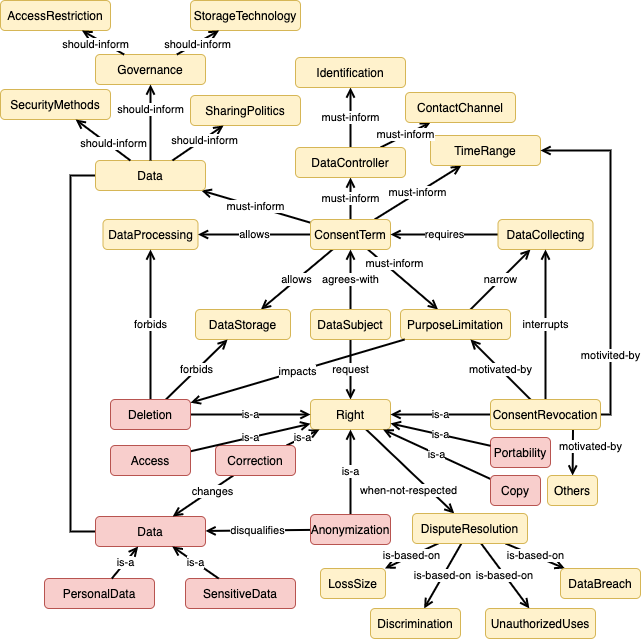
phalves/GoDReP keeps this draw.io diagram as img/DataAnonymizationImpact.png. Above is the earlier version. Source tidied: cells renumbered, new cells last; positions are measured from the earlier drawing's top-left corner, leaving out a move shared by most shapes. Its diagram source:
```xml
<mxGraphModel background="#ffffff">
  <root>
    <mxCell id="0" />
    <mxCell id="1" parent="0" />
    <mxCell id="2" value="DataProcessing" style="rounded=1;whiteSpace=wrap;html=1;fillColor=#fff2cc;strokeColor=#d6b656;" parent="1" vertex="1">
      <mxGeometry x="102.5" y="219" width="95" height="30" as="geometry" />
    </mxCell>
    <mxCell id="3" value="must-inform" style="edgeStyle=none;rounded=0;jettySize=auto;html=1;endArrow=open;endFill=0;strokeWidth=2;" parent="1" edge="1" source="9" target="11">
      <mxGeometry x="-0.37" y="7" relative="1" as="geometry" />
    </mxCell>
    <mxCell id="4" value="must-inform" style="edgeStyle=none;rounded=0;jettySize=auto;html=1;endArrow=open;endFill=0;strokeWidth=2;" parent="1" edge="1" source="9" target="12">
      <mxGeometry relative="1" as="geometry" />
    </mxCell>
    <mxCell id="5" value="must-inform" style="edgeStyle=none;rounded=0;jettySize=auto;html=1;endArrow=open;endFill=0;strokeWidth=2;" parent="1" edge="1" source="9" target="15">
      <mxGeometry relative="1" as="geometry" />
    </mxCell>
    <mxCell id="6" value="must-inform" style="edgeStyle=none;rounded=0;jettySize=auto;html=1;endArrow=open;endFill=0;strokeWidth=2;" parent="1" edge="1" source="9" target="17">
      <mxGeometry relative="1" as="geometry" />
    </mxCell>
    <mxCell id="7" value="allows" style="edgeStyle=none;rounded=0;jettySize=auto;html=1;endArrow=open;endFill=0;strokeWidth=2;" parent="1" edge="1" source="9" target="2">
      <mxGeometry relative="1" as="geometry" />
    </mxCell>
    <mxCell id="8" value="allows" style="edgeStyle=none;rounded=0;jettySize=auto;html=1;endArrow=open;endFill=0;strokeWidth=2;" parent="1" edge="1" source="9" target="29">
      <mxGeometry relative="1" as="geometry" />
    </mxCell>
    <mxCell id="9" value="ConsentTerm" style="rounded=1;whiteSpace=wrap;html=1;fillColor=#fff2cc;strokeColor=#d6b656;" parent="1" vertex="1">
      <mxGeometry x="310" y="219" width="80" height="30" as="geometry" />
    </mxCell>
    <mxCell id="10" value="narrow" style="edgeStyle=none;rounded=0;jettySize=auto;html=1;endArrow=open;endFill=0;strokeWidth=2;" parent="1" edge="1" source="11" target="28">
      <mxGeometry relative="1" as="geometry" />
    </mxCell>
    <mxCell id="11" value="PurposeLimitation" style="rounded=1;whiteSpace=wrap;html=1;fillColor=#fff2cc;strokeColor=#d6b656;" parent="1" vertex="1">
      <mxGeometry x="400" y="309" width="110" height="30" as="geometry" />
    </mxCell>
    <mxCell id="12" value="TimeRange" style="rounded=1;whiteSpace=wrap;html=1;fillColor=#fff2cc;strokeColor=#d6b656;" parent="1" vertex="1">
      <mxGeometry x="430" y="135" width="110" height="30" as="geometry" />
    </mxCell>
    <mxCell id="13" value="must-inform" style="edgeStyle=none;rounded=0;jettySize=auto;html=1;endArrow=open;endFill=0;strokeWidth=2;" parent="1" edge="1" source="15" target="19">
      <mxGeometry relative="1" as="geometry" />
    </mxCell>
    <mxCell id="14" value="must-inform" style="edgeStyle=none;rounded=0;jettySize=auto;html=1;endArrow=open;endFill=0;strokeWidth=2;" parent="1" edge="1" source="15" target="20">
      <mxGeometry relative="1" as="geometry" />
    </mxCell>
    <mxCell id="15" value="DataController" style="rounded=1;whiteSpace=wrap;html=1;fillColor=#fff2cc;strokeColor=#d6b656;" parent="1" vertex="1">
      <mxGeometry x="295" y="147" width="110" height="30" as="geometry" />
    </mxCell>
    <mxCell id="16" style="edgeStyle=none;rounded=0;jettySize=auto;html=1;endArrow=none;endFill=0;strokeWidth=2;" parent="1" edge="1" source="17" target="21">
      <mxGeometry relative="1" as="geometry">
        <Array as="points">
          <mxPoint x="70" y="175" />
          <mxPoint x="70" y="531" />
        </Array>
      </mxGeometry>
    </mxCell>
    <mxCell id="17" value="Data" style="rounded=1;whiteSpace=wrap;html=1;fillColor=#fff2cc;strokeColor=#d6b656;" parent="1" vertex="1">
      <mxGeometry x="95" y="160" width="110" height="30" as="geometry" />
    </mxCell>
    <mxCell id="18" style="edgeStyle=none;rounded=0;orthogonalLoop=1;jettySize=auto;html=1;exitX=0.5;exitY=1;exitDx=0;exitDy=0;endArrow=open;endFill=0;strokeWidth=2;" parent="1" edge="1" source="17" target="17">
      <mxGeometry relative="1" as="geometry" />
    </mxCell>
    <mxCell id="19" value="Identification" style="rounded=1;whiteSpace=wrap;html=1;fillColor=#fff2cc;strokeColor=#d6b656;" parent="1" vertex="1">
      <mxGeometry x="295" y="57" width="110" height="30" as="geometry" />
    </mxCell>
    <mxCell id="20" value="ContactChannel" style="rounded=1;whiteSpace=wrap;html=1;fillColor=#fff2cc;strokeColor=#d6b656;" parent="1" vertex="1">
      <mxGeometry x="405" y="92" width="110" height="30" as="geometry" />
    </mxCell>
    <mxCell id="21" value="Data" style="rounded=1;whiteSpace=wrap;html=1;fillColor=#f8cecc;strokeColor=#b85450;" parent="1" vertex="1">
      <mxGeometry x="95" y="516" width="110" height="30" as="geometry" />
    </mxCell>
    <mxCell id="22" value="request" style="edgeStyle=none;rounded=0;jettySize=auto;html=1;endArrow=open;endFill=0;strokeWidth=2;" parent="1" edge="1" source="24" target="26">
      <mxGeometry relative="1" as="geometry" />
    </mxCell>
    <mxCell id="23" value="agrees-with" style="edgeStyle=none;rounded=0;jettySize=auto;html=1;endArrow=open;endFill=0;strokeWidth=2;" parent="1" edge="1" source="24" target="9">
      <mxGeometry relative="1" as="geometry" />
    </mxCell>
    <mxCell id="24" value="DataSubject" style="rounded=1;whiteSpace=wrap;html=1;fillColor=#fff2cc;strokeColor=#d6b656;" parent="1" vertex="1">
      <mxGeometry x="310" y="309" width="80" height="30" as="geometry" />
    </mxCell>
    <mxCell id="25" value="when-not-respected" style="edgeStyle=none;rounded=0;jettySize=auto;html=1;endArrow=open;endFill=0;strokeWidth=2;" parent="1" edge="1" source="26" target="51">
      <mxGeometry x="0.2" y="-15" relative="1" as="geometry" />
    </mxCell>
    <mxCell id="26" value="Right" style="rounded=1;whiteSpace=wrap;html=1;fillColor=#fff2cc;strokeColor=#d6b656;" parent="1" vertex="1">
      <mxGeometry x="310" y="399" width="80" height="30" as="geometry" />
    </mxCell>
    <mxCell id="27" value="requires" style="edgeStyle=none;rounded=0;jettySize=auto;html=1;endArrow=open;endFill=0;strokeWidth=2;" parent="1" edge="1" source="28" target="9">
      <mxGeometry relative="1" as="geometry" />
    </mxCell>
    <mxCell id="28" value="DataCollecting" style="rounded=1;whiteSpace=wrap;html=1;fillColor=#fff2cc;strokeColor=#d6b656;" parent="1" vertex="1">
      <mxGeometry x="497.5" y="219" width="95" height="30" as="geometry" />
    </mxCell>
    <mxCell id="29" value="DataStorage" style="rounded=1;whiteSpace=wrap;html=1;fillColor=#fff2cc;strokeColor=#d6b656;" parent="1" vertex="1">
      <mxGeometry x="195" y="309" width="95" height="30" as="geometry" />
    </mxCell>
    <mxCell id="30" value="is-a" style="edgeStyle=none;rounded=0;jettySize=auto;html=1;endArrow=open;endFill=0;strokeWidth=2;" parent="1" edge="1" source="35" target="26">
      <mxGeometry relative="1" as="geometry" />
    </mxCell>
    <mxCell id="31" value="interrupts" style="edgeStyle=none;rounded=0;jettySize=auto;html=1;endArrow=open;endFill=0;strokeWidth=2;" parent="1" edge="1" source="35" target="28">
      <mxGeometry relative="1" as="geometry" />
    </mxCell>
    <mxCell id="32" value="motivated-by" style="edgeStyle=none;rounded=0;jettySize=auto;html=1;endArrow=open;endFill=0;strokeWidth=2;" parent="1" edge="1" source="35" target="11">
      <mxGeometry relative="1" as="geometry" />
    </mxCell>
    <mxCell id="33" value="motivited-by" style="edgeStyle=none;rounded=0;jettySize=auto;html=1;endArrow=open;endFill=0;strokeWidth=2;" parent="1" edge="1" source="35" target="12">
      <mxGeometry x="-0.6" relative="1" as="geometry">
        <Array as="points">
          <mxPoint x="610" y="414" />
          <mxPoint x="610" y="150" />
        </Array>
      </mxGeometry>
    </mxCell>
    <mxCell id="34" value="motivated-by" style="edgeStyle=none;rounded=0;jettySize=auto;html=1;endArrow=open;endFill=0;strokeWidth=2;exitX=0.75;exitY=1;exitDx=0;exitDy=0;" parent="1" edge="1" source="35" target="60">
      <mxGeometry x="-0.26" y="18" relative="1" as="geometry" />
    </mxCell>
    <mxCell id="35" value="ConsentRevocation" style="rounded=1;whiteSpace=wrap;html=1;fillColor=#fff2cc;strokeColor=#d6b656;" parent="1" vertex="1">
      <mxGeometry x="490" y="399" width="110" height="30" as="geometry" />
    </mxCell>
    <mxCell id="36" value="disqualifies" style="edgeStyle=none;rounded=0;jettySize=auto;html=1;endArrow=open;endFill=0;strokeWidth=2;" parent="1" edge="1" source="38" target="21">
      <mxGeometry relative="1" as="geometry" />
    </mxCell>
    <mxCell id="37" value="is-a" style="edgeStyle=none;rounded=0;jettySize=auto;html=1;endArrow=open;endFill=0;strokeWidth=2;" parent="1" edge="1" source="38" target="26">
      <mxGeometry relative="1" as="geometry" />
    </mxCell>
    <mxCell id="38" value="Anonymization" style="rounded=1;whiteSpace=wrap;html=1;fillColor=#f8cecc;strokeColor=#b85450;" parent="1" vertex="1">
      <mxGeometry x="310" y="514" width="80" height="30" as="geometry" />
    </mxCell>
    <mxCell id="39" value="is-a" style="edgeStyle=none;rounded=0;jettySize=auto;html=1;endArrow=open;endFill=0;strokeWidth=2;" parent="1" edge="1" source="41" target="26">
      <mxGeometry relative="1" as="geometry" />
    </mxCell>
    <mxCell id="40" value="changes" style="edgeStyle=none;rounded=0;jettySize=auto;html=1;endArrow=open;endFill=0;strokeWidth=2;" parent="1" edge="1" source="41" target="21">
      <mxGeometry x="-0.29" y="2" relative="1" as="geometry" />
    </mxCell>
    <mxCell id="41" value="Correction" style="rounded=1;whiteSpace=wrap;html=1;fillColor=#f8cecc;strokeColor=#b85450;" parent="1" vertex="1">
      <mxGeometry x="215" y="445" width="80" height="30" as="geometry" />
    </mxCell>
    <mxCell id="42" value="is-a" style="edgeStyle=none;rounded=0;jettySize=auto;html=1;endArrow=open;endFill=0;strokeWidth=2;" parent="1" edge="1" source="45" target="26">
      <mxGeometry relative="1" as="geometry" />
    </mxCell>
    <mxCell id="43" value="forbids" style="edgeStyle=none;rounded=0;jettySize=auto;html=1;endArrow=open;endFill=0;strokeWidth=2;" parent="1" edge="1" source="45" target="29">
      <mxGeometry relative="1" as="geometry" />
    </mxCell>
    <mxCell id="44" value="forbids" style="edgeStyle=none;rounded=0;jettySize=auto;html=1;endArrow=open;endFill=0;strokeWidth=2;" parent="1" edge="1" source="45" target="2">
      <mxGeometry relative="1" as="geometry" />
    </mxCell>
    <mxCell id="45" value="Deletion" style="rounded=1;whiteSpace=wrap;html=1;fillColor=#f8cecc;strokeColor=#b85450;" parent="1" vertex="1">
      <mxGeometry x="110" y="399" width="80" height="30" as="geometry" />
    </mxCell>
    <mxCell id="46" style="edgeStyle=none;rounded=0;orthogonalLoop=1;jettySize=auto;html=1;exitX=0.5;exitY=0;exitDx=0;exitDy=0;endArrow=open;endFill=0;strokeWidth=2;" parent="1" edge="1" source="38" target="38">
      <mxGeometry relative="1" as="geometry" />
    </mxCell>
    <mxCell id="47" value="is-based-on" style="edgeStyle=none;rounded=0;jettySize=auto;html=1;endArrow=open;endFill=0;strokeWidth=2;" parent="1" edge="1" source="51" target="52">
      <mxGeometry relative="1" as="geometry" />
    </mxCell>
    <mxCell id="48" value="is-based-on" style="edgeStyle=none;rounded=0;jettySize=auto;html=1;endArrow=open;endFill=0;strokeWidth=2;" parent="1" edge="1" source="51" target="53">
      <mxGeometry relative="1" as="geometry" />
    </mxCell>
    <mxCell id="49" value="is-based-on" style="edgeStyle=none;rounded=0;jettySize=auto;html=1;endArrow=open;endFill=0;strokeWidth=2;" parent="1" edge="1" source="51" target="54">
      <mxGeometry relative="1" as="geometry" />
    </mxCell>
    <mxCell id="50" value="is-based-on" style="edgeStyle=none;rounded=0;jettySize=auto;html=1;endArrow=open;endFill=0;strokeWidth=2;" parent="1" edge="1" source="51" target="55">
      <mxGeometry relative="1" as="geometry" />
    </mxCell>
    <mxCell id="51" value="DisputeResolution" style="rounded=1;whiteSpace=wrap;html=1;fillColor=#fff2cc;strokeColor=#d6b656;" parent="1" vertex="1">
      <mxGeometry x="412" y="513" width="115" height="30" as="geometry" />
    </mxCell>
    <mxCell id="52" value="LossSize" style="rounded=1;whiteSpace=wrap;html=1;fillColor=#fff2cc;strokeColor=#d6b656;" parent="1" vertex="1">
      <mxGeometry x="320" y="568" width="65" height="30" as="geometry" />
    </mxCell>
    <mxCell id="53" value="Discrimination" style="rounded=1;whiteSpace=wrap;html=1;fillColor=#fff2cc;strokeColor=#d6b656;" parent="1" vertex="1">
      <mxGeometry x="370" y="608" width="90" height="30" as="geometry" />
    </mxCell>
    <mxCell id="54" value="UnauthorizedUses" style="rounded=1;whiteSpace=wrap;html=1;fillColor=#fff2cc;strokeColor=#d6b656;" parent="1" vertex="1">
      <mxGeometry x="485" y="608" width="110" height="30" as="geometry" />
    </mxCell>
    <mxCell id="55" value="DataBreach" style="rounded=1;whiteSpace=wrap;html=1;fillColor=#fff2cc;strokeColor=#d6b656;" parent="1" vertex="1">
      <mxGeometry x="560" y="568" width="80" height="30" as="geometry" />
    </mxCell>
    <mxCell id="56" value="is-a" style="edgeStyle=none;rounded=0;jettySize=auto;html=1;endArrow=open;endFill=0;strokeWidth=2;" parent="1" edge="1" source="57" target="26">
      <mxGeometry relative="1" as="geometry" />
    </mxCell>
    <mxCell id="57" value="Access" style="rounded=1;whiteSpace=wrap;html=1;fillColor=#f8cecc;strokeColor=#b85450;" parent="1" vertex="1">
      <mxGeometry x="110" y="445" width="80" height="30" as="geometry" />
    </mxCell>
    <mxCell id="58" value="is-a" style="edgeStyle=none;rounded=0;jettySize=auto;html=1;endArrow=open;endFill=0;strokeWidth=2;" parent="1" edge="1" source="59" target="26">
      <mxGeometry relative="1" as="geometry" />
    </mxCell>
    <mxCell id="59" value="Copy" style="rounded=1;whiteSpace=wrap;html=1;fillColor=#f8cecc;strokeColor=#b85450;" parent="1" vertex="1">
      <mxGeometry x="490" y="475" width="50" height="30" as="geometry" />
    </mxCell>
    <mxCell id="60" value="Others" style="rounded=1;whiteSpace=wrap;html=1;fillColor=#fff2cc;strokeColor=#d6b656;" parent="1" vertex="1">
      <mxGeometry x="547" y="475" width="50" height="30" as="geometry" />
    </mxCell>
    <mxCell id="61" value="PersonalData" style="rounded=1;whiteSpace=wrap;html=1;fillColor=#f8cecc;strokeColor=#b85450;" parent="1" vertex="1">
      <mxGeometry x="44" y="578" width="110" height="30" as="geometry" />
    </mxCell>
    <mxCell id="62" value="SensitiveData" style="rounded=1;whiteSpace=wrap;html=1;fillColor=#f8cecc;strokeColor=#b85450;" parent="1" vertex="1">
      <mxGeometry x="185" y="578" width="110" height="30" as="geometry" />
    </mxCell>
    <mxCell id="63" value="is-a" style="edgeStyle=none;rounded=0;jettySize=auto;html=1;endArrow=open;endFill=0;strokeWidth=2;" parent="1" edge="1" source="61" target="21">
      <mxGeometry relative="1" as="geometry" />
    </mxCell>
    <mxCell id="64" value="is-a" style="edgeStyle=none;rounded=0;jettySize=auto;html=1;endArrow=open;endFill=0;strokeWidth=2;" parent="1" edge="1" source="62" target="21">
      <mxGeometry relative="1" as="geometry" />
    </mxCell>
    <mxCell id="65" value="Portability" style="rounded=1;whiteSpace=wrap;html=1;fillColor=#f8cecc;strokeColor=#b85450;" parent="1" vertex="1">
      <mxGeometry x="490" y="437" width="60" height="30" as="geometry" />
    </mxCell>
    <mxCell id="66" value="is-a" style="edgeStyle=none;rounded=0;jettySize=auto;html=1;endArrow=open;endFill=0;strokeWidth=2;" parent="1" edge="1" source="65" target="26">
      <mxGeometry relative="1" as="geometry" />
    </mxCell>
    <mxCell id="67" value="SecurityMethods" style="rounded=1;whiteSpace=wrap;html=1;fillColor=#fff2cc;strokeColor=#d6b656;" parent="1" vertex="1">
      <mxGeometry y="89" width="110" height="30" as="geometry" />
    </mxCell>
    <mxCell id="68" value="Governance" style="rounded=1;whiteSpace=wrap;html=1;fillColor=#fff2cc;strokeColor=#d6b656;" parent="1" vertex="1">
      <mxGeometry x="95" y="54" width="110" height="30" as="geometry" />
    </mxCell>
    <mxCell id="69" value="SharingPolitics" style="rounded=1;whiteSpace=wrap;html=1;fillColor=#fff2cc;strokeColor=#d6b656;" parent="1" vertex="1">
      <mxGeometry x="190" y="95" width="110" height="30" as="geometry" />
    </mxCell>
    <mxCell id="70" value="should-inform" style="edgeStyle=none;rounded=0;jettySize=auto;html=1;endArrow=open;endFill=0;strokeWidth=2;" parent="1" edge="1" source="17" target="69">
      <mxGeometry x="0.21" y="-2" relative="1" as="geometry" />
    </mxCell>
    <mxCell id="71" value="should-inform" style="edgeStyle=none;rounded=0;jettySize=auto;html=1;endArrow=open;endFill=0;strokeWidth=2;" parent="1" edge="1" source="17" target="67">
      <mxGeometry x="-0.31" y="-3" relative="1" as="geometry" />
    </mxCell>
    <mxCell id="72" value="should-inform" style="edgeStyle=none;rounded=0;jettySize=auto;html=1;endArrow=open;endFill=0;strokeWidth=2;" parent="1" edge="1" source="17" target="68">
      <mxGeometry x="0.33" relative="1" as="geometry" />
    </mxCell>
    <mxCell id="73" value="AccessRestriction" style="rounded=1;whiteSpace=wrap;html=1;fillColor=#fff2cc;strokeColor=#d6b656;" parent="1" vertex="1">
      <mxGeometry width="110" height="30" as="geometry" />
    </mxCell>
    <mxCell id="74" value="StorageTechnology" style="rounded=1;whiteSpace=wrap;html=1;fillColor=#fff2cc;strokeColor=#d6b656;" parent="1" vertex="1">
      <mxGeometry x="190" width="110" height="30" as="geometry" />
    </mxCell>
    <mxCell id="75" value="should-inform" style="edgeStyle=none;rounded=0;jettySize=auto;html=1;endArrow=open;endFill=0;strokeWidth=2;" parent="1" edge="1" source="68" target="73">
      <mxGeometry x="0.25" y="6" relative="1" as="geometry" />
    </mxCell>
    <mxCell id="76" value="should-inform" style="edgeStyle=none;rounded=0;jettySize=auto;html=1;endArrow=open;endFill=0;strokeWidth=2;" parent="1" edge="1" source="68" target="74">
      <mxGeometry x="-0.05" y="-2" relative="1" as="geometry" />
    </mxCell>
    <mxCell id="77" value="impacts" style="edgeStyle=none;rounded=0;jettySize=auto;html=1;endArrow=open;endFill=0;strokeWidth=2;" parent="1" edge="1" source="11" target="45">
      <mxGeometry relative="1" as="geometry" />
    </mxCell>
  </root>
</mxGraphModel>
```
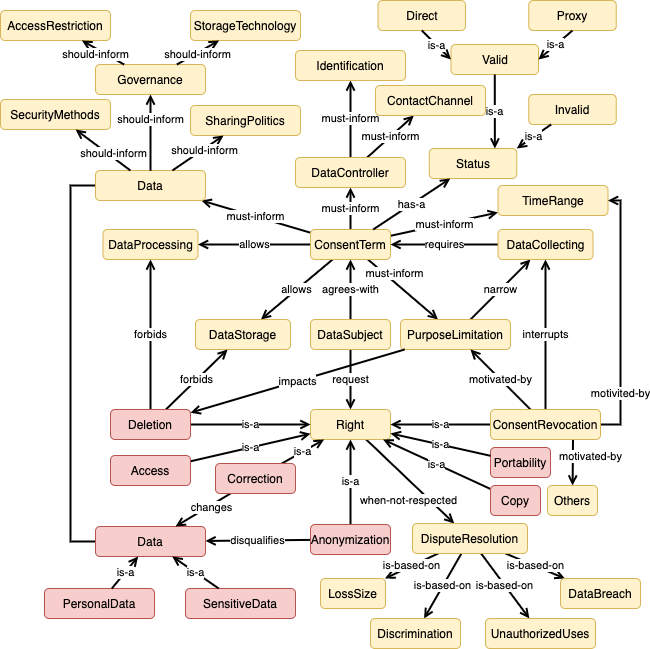
The same file after the commit.

Commit message:
Updating the scenario impact images

The edit, as a diff of the source:
```diff
@@ -33,7 +33,7 @@
       <mxGeometry x="400" y="309" width="110" height="30" as="geometry" />
     </mxCell>
     <mxCell id="12" value="TimeRange" style="rounded=1;whiteSpace=wrap;html=1;fillColor=#fff2cc;strokeColor=#d6b656;" parent="1" vertex="1">
-      <mxGeometry x="430" y="135" width="110" height="30" as="geometry" />
+      <mxGeometry x="497.5" y="175" width="110" height="30" as="geometry" />
     </mxCell>
     <mxCell id="13" value="must-inform" style="edgeStyle=none;rounded=0;jettySize=auto;html=1;endArrow=open;endFill=0;strokeWidth=2;" parent="1" edge="1" source="15" target="19">
       <mxGeometry relative="1" as="geometry" />
@@ -59,10 +59,10 @@
       <mxGeometry relative="1" as="geometry" />
     </mxCell>
     <mxCell id="19" value="Identification" style="rounded=1;whiteSpace=wrap;html=1;fillColor=#fff2cc;strokeColor=#d6b656;" parent="1" vertex="1">
-      <mxGeometry x="295" y="57" width="110" height="30" as="geometry" />
+      <mxGeometry x="295" y="40" width="110" height="30" as="geometry" />
     </mxCell>
     <mxCell id="20" value="ContactChannel" style="rounded=1;whiteSpace=wrap;html=1;fillColor=#fff2cc;strokeColor=#d6b656;" parent="1" vertex="1">
-      <mxGeometry x="405" y="92" width="110" height="30" as="geometry" />
+      <mxGeometry x="375" y="75" width="110" height="30" as="geometry" />
     </mxCell>
     <mxCell id="21" value="Data" style="rounded=1;whiteSpace=wrap;html=1;fillColor=#f8cecc;strokeColor=#b85450;" parent="1" vertex="1">
       <mxGeometry x="95" y="516" width="110" height="30" as="geometry" />
@@ -103,8 +103,8 @@
     <mxCell id="33" value="motivited-by" style="edgeStyle=none;rounded=0;jettySize=auto;html=1;endArrow=open;endFill=0;strokeWidth=2;" parent="1" edge="1" source="35" target="12">
       <mxGeometry x="-0.6" relative="1" as="geometry">
         <Array as="points">
-          <mxPoint x="610" y="414" />
-          <mxPoint x="610" y="150" />
+          <mxPoint x="620" y="414" />
+          <mxPoint x="620" y="190" />
         </Array>
       </mxGeometry>
     </mxCell>
@@ -130,7 +130,7 @@
       <mxGeometry x="-0.29" y="2" relative="1" as="geometry" />
     </mxCell>
     <mxCell id="41" value="Correction" style="rounded=1;whiteSpace=wrap;html=1;fillColor=#f8cecc;strokeColor=#b85450;" parent="1" vertex="1">
-      <mxGeometry x="215" y="445" width="80" height="30" as="geometry" />
+      <mxGeometry x="215" y="453" width="80" height="30" as="geometry" />
     </mxCell>
     <mxCell id="42" value="is-a" style="edgeStyle=none;rounded=0;jettySize=auto;html=1;endArrow=open;endFill=0;strokeWidth=2;" parent="1" edge="1" source="45" target="26">
       <mxGeometry relative="1" as="geometry" />
@@ -240,5 +240,35 @@
     <mxCell id="77" value="impacts" style="edgeStyle=none;rounded=0;jettySize=auto;html=1;endArrow=open;endFill=0;strokeWidth=2;" parent="1" edge="1" source="11" target="45">
       <mxGeometry relative="1" as="geometry" />
     </mxCell>
+    <mxCell id="78" value="Status" style="rounded=1;whiteSpace=wrap;html=1;fillColor=#fff2cc;strokeColor=#d6b656;" parent="1" vertex="1">
+      <mxGeometry x="428.8" y="138" width="87.5" height="30" as="geometry" />
+    </mxCell>
+    <mxCell id="79" value="has-a" style="edgeStyle=none;rounded=0;jettySize=auto;html=1;endArrow=open;endFill=0;strokeWidth=2;" parent="1" edge="1" source="9" target="78">
+      <mxGeometry relative="1" as="geometry" />
+    </mxCell>
+    <mxCell id="80" value="Valid" style="rounded=1;whiteSpace=wrap;html=1;fillColor=#fff2cc;strokeColor=#d6b656;" parent="1" vertex="1">
+      <mxGeometry x="450.5" y="34" width="87.5" height="30" as="geometry" />
+    </mxCell>
+    <mxCell id="81" value="Invalid" style="rounded=1;whiteSpace=wrap;html=1;fillColor=#fff2cc;strokeColor=#d6b656;" parent="1" vertex="1">
+      <mxGeometry x="528.2" y="84" width="87.5" height="30" as="geometry" />
+    </mxCell>
+    <mxCell id="82" value="is-a" style="edgeStyle=none;rounded=0;jettySize=auto;html=1;endArrow=open;endFill=0;strokeWidth=2;entryX=0.75;entryY=0;entryDx=0;entryDy=0;" parent="1" edge="1" source="80" target="78">
+      <mxGeometry relative="1" as="geometry" />
+    </mxCell>
+    <mxCell id="83" value="is-a" style="edgeStyle=none;rounded=0;jettySize=auto;html=1;endArrow=open;endFill=0;strokeWidth=2;entryX=1;entryY=0;entryDx=0;entryDy=0;" parent="1" edge="1" source="81" target="78">
+      <mxGeometry relative="1" as="geometry" />
+    </mxCell>
+    <mxCell id="84" value="Direct" style="rounded=1;whiteSpace=wrap;html=1;fillColor=#fff2cc;strokeColor=#d6b656;" parent="1" vertex="1">
+      <mxGeometry x="377.5" y="-10" width="87.5" height="30" as="geometry" />
+    </mxCell>
+    <mxCell id="85" value="Proxy" style="rounded=1;whiteSpace=wrap;html=1;fillColor=#fff2cc;strokeColor=#d6b656;" parent="1" vertex="1">
+      <mxGeometry x="528.2" y="-10" width="87.5" height="30" as="geometry" />
+    </mxCell>
+    <mxCell id="86" value="is-a" style="edgeStyle=none;rounded=0;jettySize=auto;html=1;endArrow=open;endFill=0;strokeWidth=2;exitX=0.5;exitY=1;exitDx=0;exitDy=0;entryX=0;entryY=0.5;entryDx=0;entryDy=0;" parent="1" edge="1" source="84" target="80">
+      <mxGeometry relative="1" as="geometry" />
+    </mxCell>
+    <mxCell id="87" value="is-a" style="edgeStyle=none;rounded=0;jettySize=auto;html=1;endArrow=open;endFill=0;strokeWidth=2;exitX=0.5;exitY=1;exitDx=0;exitDy=0;entryX=1;entryY=0.5;entryDx=0;entryDy=0;" parent="1" edge="1" source="85" target="80">
+      <mxGeometry relative="1" as="geometry" />
+    </mxCell>
   </root>
 </mxGraphModel>
```
